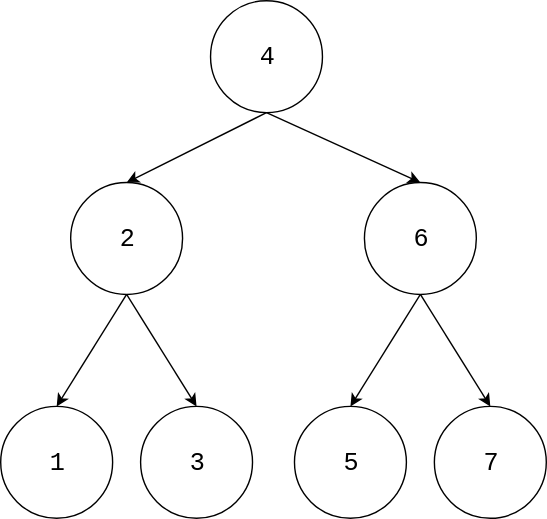
Above: docs/DynamicProgramming/RegionalDP/res/MaximumBinaryTreeMerge1.svg in linrongbin16/way-to-algorithm (draw.io), before the change. Source tidied: cells renumbered, new cells last; positions are measured from the earlier drawing's top-left corner, leaving out a move shared by most shapes.
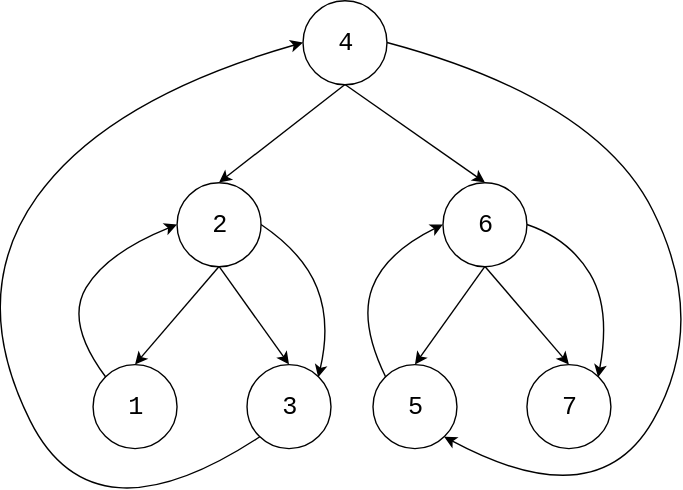
The same diagram one commit later.

Diff of the diagram source:
```diff
@@ -3,25 +3,25 @@
     <mxCell id="0" />
     <mxCell id="1" parent="0" />
     <mxCell id="2" value="4" style="ellipse;whiteSpace=wrap;html=1;rounded=0;shadow=0;strokeColor=#000000;fillColor=#ffffff;gradientColor=none;fontFamily=Courier New;fontSize=18;" parent="1" vertex="1">
-      <mxGeometry x="150" width="80" height="80" as="geometry" />
+      <mxGeometry x="150" width="60" height="60" as="geometry" />
     </mxCell>
     <mxCell id="3" value="2" style="ellipse;whiteSpace=wrap;html=1;rounded=0;shadow=0;strokeColor=#000000;fillColor=#ffffff;gradientColor=none;fontFamily=Courier New;fontSize=18;" parent="1" vertex="1">
-      <mxGeometry x="50" y="130" width="80" height="80" as="geometry" />
+      <mxGeometry x="60" y="130" width="60" height="60" as="geometry" />
     </mxCell>
     <mxCell id="4" value="6" style="ellipse;whiteSpace=wrap;html=1;rounded=0;shadow=0;strokeColor=#000000;fillColor=#ffffff;gradientColor=none;fontFamily=Courier New;fontSize=18;" parent="1" vertex="1">
-      <mxGeometry x="260" y="130" width="80" height="80" as="geometry" />
+      <mxGeometry x="250" y="130" width="60" height="60" as="geometry" />
     </mxCell>
     <mxCell id="5" value="1" style="ellipse;whiteSpace=wrap;html=1;rounded=0;shadow=0;strokeColor=#000000;fillColor=#ffffff;gradientColor=none;fontFamily=Courier New;fontSize=18;" parent="1" vertex="1">
-      <mxGeometry y="290" width="80" height="80" as="geometry" />
+      <mxGeometry y="260" width="60" height="60" as="geometry" />
     </mxCell>
     <mxCell id="6" value="3" style="ellipse;whiteSpace=wrap;html=1;rounded=0;shadow=0;strokeColor=#000000;fillColor=#ffffff;gradientColor=none;fontFamily=Courier New;fontSize=18;" parent="1" vertex="1">
-      <mxGeometry x="100" y="290" width="80" height="80" as="geometry" />
+      <mxGeometry x="110" y="260" width="60" height="60" as="geometry" />
     </mxCell>
     <mxCell id="7" value="5" style="ellipse;whiteSpace=wrap;html=1;rounded=0;shadow=0;strokeColor=#000000;fillColor=#ffffff;gradientColor=none;fontFamily=Courier New;fontSize=18;" parent="1" vertex="1">
-      <mxGeometry x="210" y="290" width="80" height="80" as="geometry" />
+      <mxGeometry x="200" y="260" width="60" height="60" as="geometry" />
     </mxCell>
     <mxCell id="8" value="7" style="ellipse;whiteSpace=wrap;html=1;rounded=0;shadow=0;strokeColor=#000000;fillColor=#ffffff;gradientColor=none;fontFamily=Courier New;fontSize=18;" parent="1" vertex="1">
-      <mxGeometry x="310" y="290" width="80" height="80" as="geometry" />
+      <mxGeometry x="310" y="260" width="60" height="60" as="geometry" />
     </mxCell>
     <mxCell id="9" style="endArrow=classic;html=1;fontFamily=Courier New;fontSize=18;exitX=0.5;exitY=1;entryX=0.5;entryY=0;" parent="1" edge="1" source="2" target="3">
       <mxGeometry relative="1" as="geometry" />
@@ -41,5 +41,55 @@
     <mxCell id="14" style="endArrow=classic;html=1;fontFamily=Courier New;fontSize=18;exitX=0.5;exitY=1;entryX=0.5;entryY=0;" parent="1" edge="1" source="4" target="8">
       <mxGeometry relative="1" as="geometry" />
     </mxCell>
+    <mxCell id="15" style="curved=1;endArrow=classic;html=1;strokeColor=#000000;strokeWidth=1;fontFamily=Courier New;fontSize=18;fontColor=#000000;exitX=0;exitY=0;entryX=0;entryY=0.5;" parent="1" edge="1" source="5" target="3">
+      <mxGeometry relative="1" as="geometry">
+        <Array as="points">
+          <mxPoint x="-20" y="230" />
+          <mxPoint x="10" y="180" />
+        </Array>
+      </mxGeometry>
+    </mxCell>
+    <mxCell id="16" style="curved=1;endArrow=classic;html=1;strokeColor=#000000;strokeWidth=1;fontFamily=Courier New;fontSize=18;fontColor=#000000;exitX=1;exitY=0.5;entryX=1;entryY=0;" parent="1" edge="1" source="3" target="6">
+      <mxGeometry relative="1" as="geometry">
+        <Array as="points">
+          <mxPoint x="150" y="180" />
+          <mxPoint x="170" y="230" />
+        </Array>
+      </mxGeometry>
+    </mxCell>
+    <mxCell id="17" style="curved=1;endArrow=classic;html=1;strokeColor=#000000;strokeWidth=1;fontFamily=Courier New;fontSize=18;fontColor=#000000;exitX=0;exitY=1;entryX=0;entryY=0.5;" parent="1" edge="1" source="6" target="2">
+      <mxGeometry relative="1" as="geometry">
+        <Array as="points">
+          <mxPoint y="390" />
+          <mxPoint x="-90" y="210" />
+          <mxPoint x="10" y="70" />
+        </Array>
+      </mxGeometry>
+    </mxCell>
+    <mxCell id="18" style="curved=1;endArrow=classic;html=1;strokeColor=#000000;strokeWidth=1;fontFamily=Courier New;fontSize=18;fontColor=#000000;exitX=1;exitY=0.5;entryX=1;entryY=1;" parent="1" edge="1" source="2" target="7">
+      <mxGeometry relative="1" as="geometry">
+        <Array as="points">
+          <mxPoint x="360" y="70" />
+          <mxPoint x="440" y="230" />
+          <mxPoint x="360" y="370" />
+        </Array>
+      </mxGeometry>
+    </mxCell>
+    <mxCell id="19" style="curved=1;endArrow=classic;html=1;strokeColor=#000000;strokeWidth=1;fontFamily=Courier New;fontSize=18;fontColor=#000000;exitX=0;exitY=0;entryX=0;entryY=0.5;" parent="1" edge="1" source="7" target="4">
+      <mxGeometry relative="1" as="geometry">
+        <Array as="points">
+          <mxPoint x="190" y="230" />
+          <mxPoint x="209" y="180" />
+        </Array>
+      </mxGeometry>
+    </mxCell>
+    <mxCell id="20" style="curved=1;endArrow=classic;html=1;strokeColor=#000000;strokeWidth=1;fontFamily=Courier New;fontSize=18;fontColor=#000000;exitX=1;exitY=0.5;entryX=1;entryY=0;" parent="1" edge="1" source="4" target="8">
+      <mxGeometry relative="1" as="geometry">
+        <Array as="points">
+          <mxPoint x="340" y="170" />
+          <mxPoint x="370" y="220" />
+        </Array>
+      </mxGeometry>
+    </mxCell>
   </root>
 </mxGraphModel>
```
